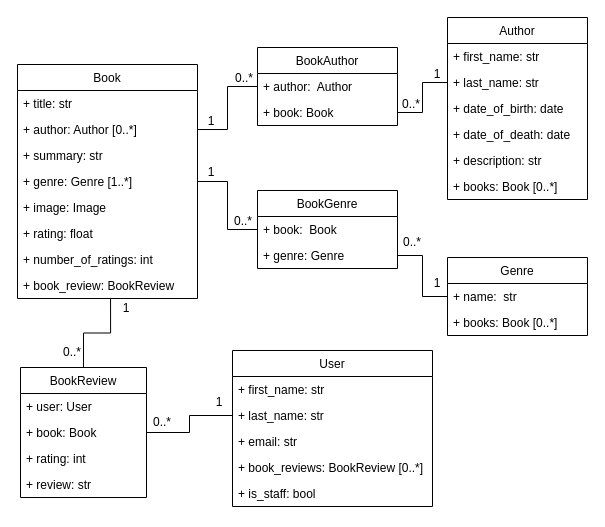
Above: book-models-uml.drawio in septymka/book-app-api (draw.io), before the change. Source tidied: cells renumbered, new cells numbered last; positions are measured from the earlier drawing's top-left corner, leaving out a move shared by most shapes. Both pictures are drawn from the tidied source at 100%, with x=0, y=0 at pixel (17, 17).
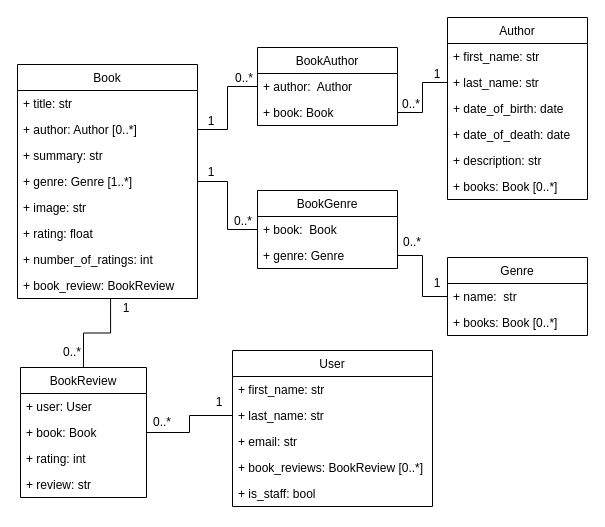
The same page after the edit.

Unchanged cells that the change refers to:
```xml
<mxCell id="2" value="Book" style="swimlane;fontStyle=0;horizontal=1;startSize=26;fillColor=none;" parent="1" vertex="1">
  <mxGeometry y="47" width="180" height="234" as="geometry" />
</mxCell>
```

Change to the diagram source:
```diff
@@
-    <mxCell id="7" value="+ image: Image" style="text;strokeColor=none;fillColor=none;align=left;verticalAlign=top;spacingLeft=4;spacingRight=4;overflow=hidden;" parent="2" vertex="1">
+    <mxCell id="7" value="+ image: str" style="text;strokeColor=none;fillColor=none;align=left;verticalAlign=top;spacingLeft=4;spacingRight=4;overflow=hidden;" parent="2" vertex="1">
       <mxGeometry y="130" width="180" height="26" as="geometry" />
     </mxCell>
```
